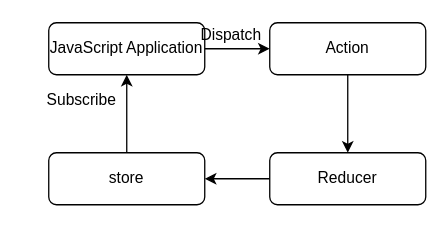
The draw.io diagram Untitled Diagram.drawio in SalvadorLekan/Beserver, before the edit. Source tidied: cells renumbered, new cells numbered last; positions are measured from the earlier drawing's top-left corner, leaving out a move shared by most shapes. Both pictures are drawn from the tidied source at 130%, with x=0, y=0 at pixel (35, 22).
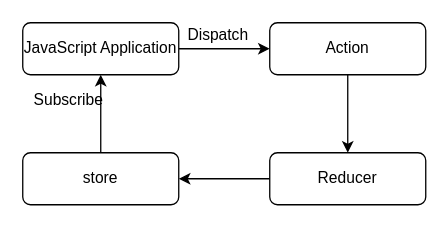
After the change.

Diff of the diagram source:
```diff
@@
-<mxGraphModel>
+<mxGraphModel background="#FFFFFF">
   <root>
     <mxCell id="0" />
     <mxCell id="1" parent="0" />
     <mxCell id="2" style="edgeStyle=orthogonalEdgeStyle;rounded=0;jettySize=auto;html=1;" parent="1" edge="1" source="4" target="5">
       <mxGeometry relative="1" as="geometry" />
     </mxCell>
     <mxCell id="3" style="edgeStyle=orthogonalEdgeStyle;rounded=0;jettySize=auto;html=1;" parent="1" edge="1" source="7" target="4">
       <mxGeometry relative="1" as="geometry" />
     </mxCell>
     <mxCell id="4" value="JavaScript Application" style="rounded=1;whiteSpace=wrap;html=1;fontSize=12;glass=0;strokeWidth=1;shadow=0;" parent="1" vertex="1">
-      <mxGeometry x="10" width="120" height="40" as="geometry" />
+      <mxGeometry x="-10" width="120" height="40" as="geometry" />
     </mxCell>
     <mxCell id="5" value="Action" style="rounded=1;whiteSpace=wrap;html=1;fontSize=12;glass=0;strokeWidth=1;shadow=0;" parent="1" vertex="1">
       <mxGeometry x="180" width="120" height="40" as="geometry" />
     </mxCell>
     <mxCell id="6" style="edgeStyle=orthogonalEdgeStyle;rounded=0;jettySize=auto;html=1;" parent="1" edge="1" source="9" target="7">
       <mxGeometry relative="1" as="geometry" />
     </mxCell>
     <mxCell id="7" value="store" style="rounded=1;whiteSpace=wrap;html=1;fontSize=12;glass=0;strokeWidth=1;shadow=0;" parent="1" vertex="1">
-      <mxGeometry x="10" y="100" width="120" height="40" as="geometry" />
+      <mxGeometry x="-10" y="100" width="120" height="40" as="geometry" />
     </mxCell>
     <mxCell id="8" style="edgeStyle=orthogonalEdgeStyle;rounded=0;jettySize=auto;html=1;" parent="1" edge="1" source="5" target="9">
       <mxGeometry relative="1" as="geometry" />
     </mxCell>
     <mxCell id="9" value="Reducer" style="rounded=1;whiteSpace=wrap;html=1;fontSize=12;glass=0;strokeWidth=1;shadow=0;" parent="1" vertex="1">
       <mxGeometry x="180" y="100" width="120" height="40" as="geometry" />
     </mxCell>
     <mxCell id="10" value="Dispatch" style="text;html=1;align=center;verticalAlign=middle;" parent="1" vertex="1">
-      <mxGeometry x="120" width="60" height="20" as="geometry" />
+      <mxGeometry x="110" width="60" height="20" as="geometry" />
     </mxCell>
     <mxCell id="11" value="Subscribe" style="text;html=1;align=center;verticalAlign=middle;" parent="1" vertex="1">
-      <mxGeometry y="50" width="70" height="20" as="geometry" />
+      <mxGeometry x="-10" y="50" width="70" height="20" as="geometry" />
     </mxCell>
   </root>
 </mxGraphModel>
```
